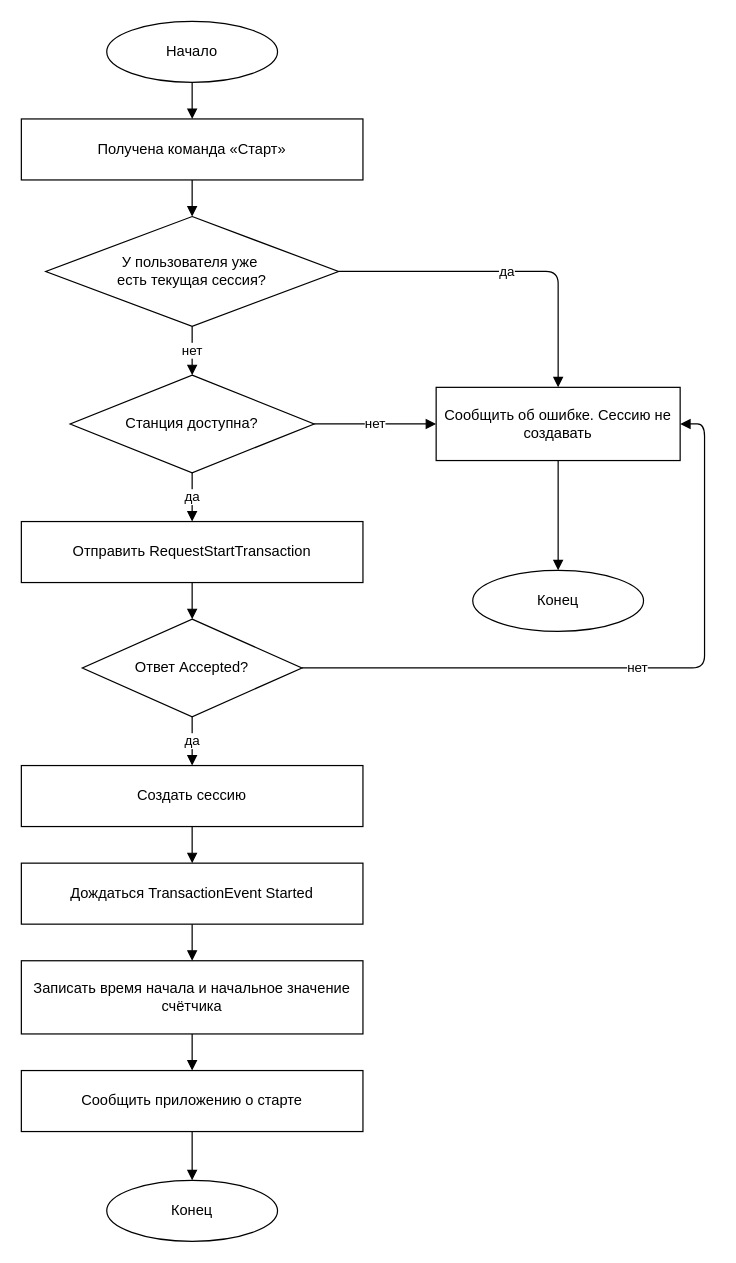
The draw.io diagram Диаграммы/Запуск сессии (2.8).drawio in PetrachkovArtem/diplom, before the edit. Source tidied: cells renumbered, new cells numbered last; positions are measured from the earlier drawing's top-left corner, leaving out a move shared by most shapes. Both pictures are drawn from the tidied source at 122%, with x=0, y=0 at pixel (21, 21).
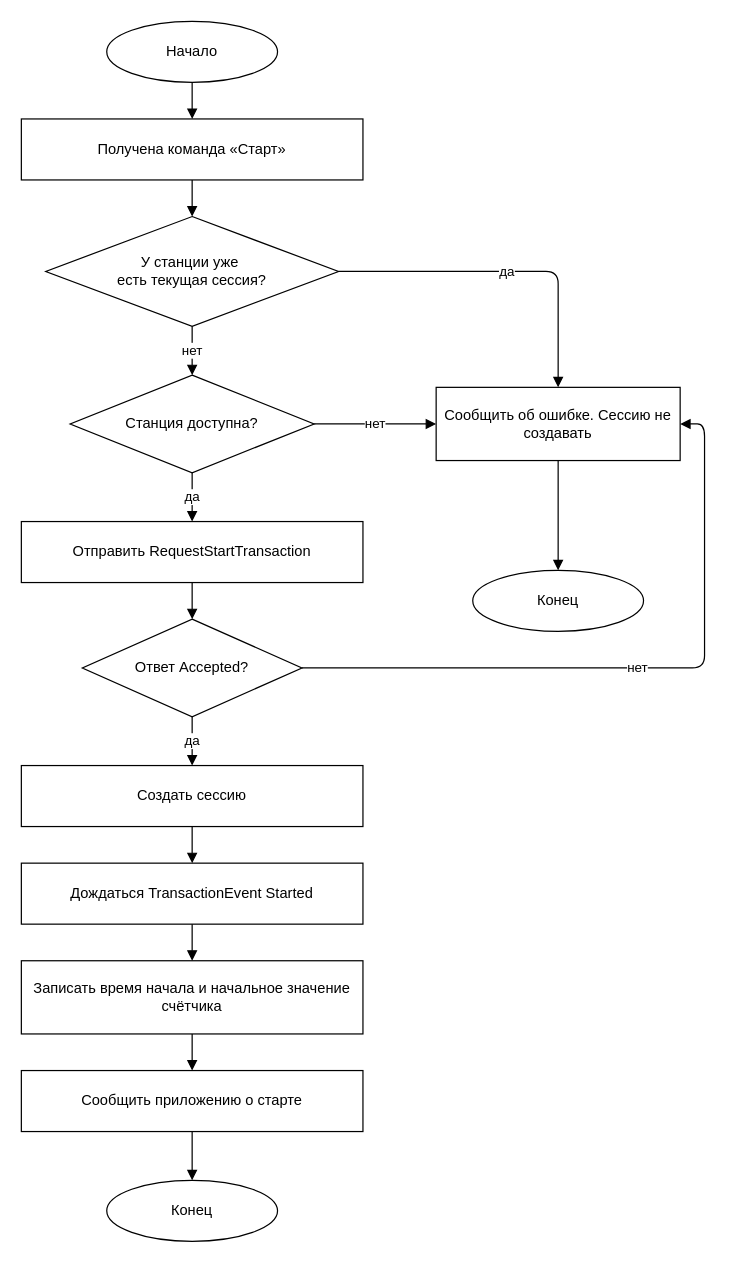
The same diagram, later.

The edit, as a diff of the source:
```diff
@@
-    <mxCell id="4" value="У пользователя уже&amp;nbsp;&lt;div&gt;есть текущая сессия?&lt;/div&gt;" style="rhombus;whiteSpace=wrap;html=1;" parent="1" vertex="1">
+    <mxCell id="4" value="У станции уже&amp;nbsp;&lt;div&gt;есть текущая сессия?&lt;/div&gt;" style="rhombus;whiteSpace=wrap;html=1;" parent="1" vertex="1">
       <mxGeometry x="20" y="160" width="240" height="90" as="geometry" />
     </mxCell>
```
